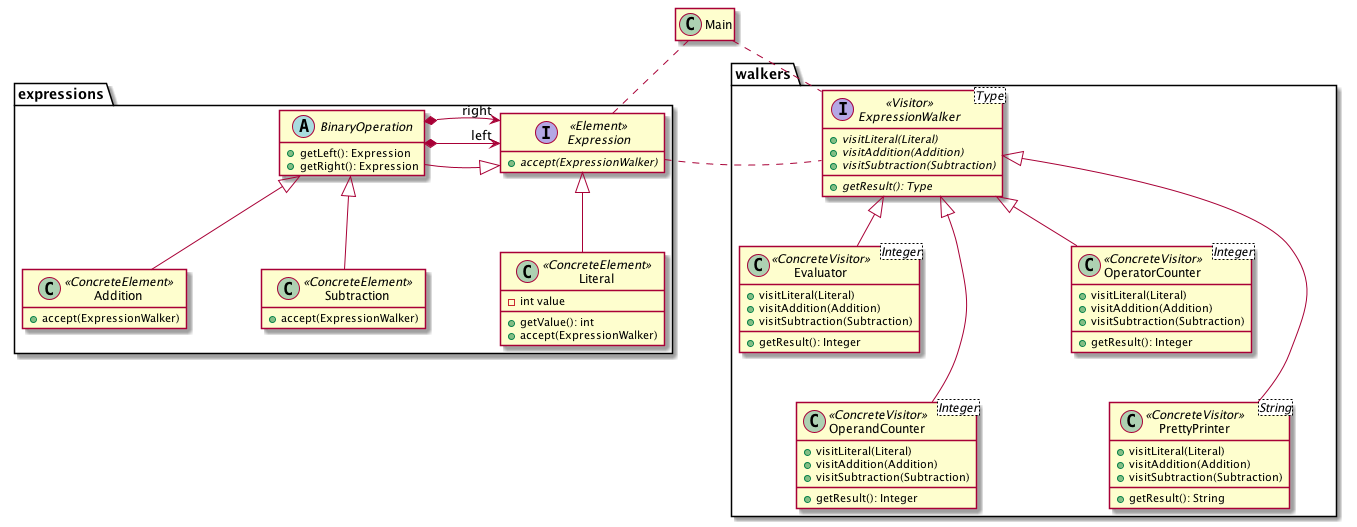
Before: comportement/visitor/uml/_example.png, a diagram exported from PlantUML (ace-lectures/pattern-repository).
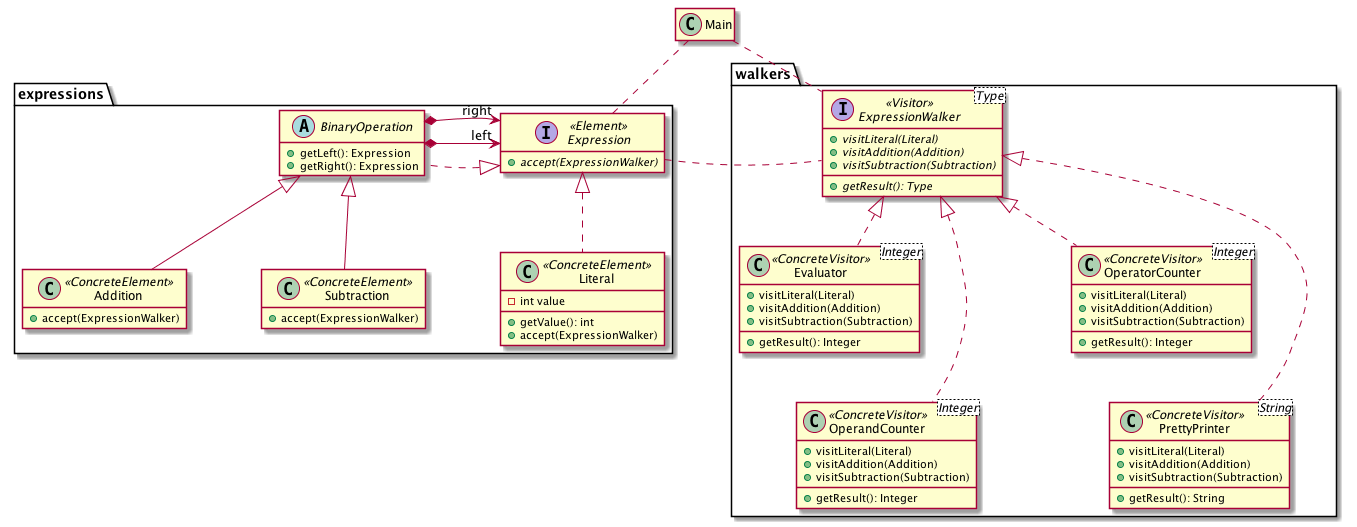
Above is the later version.

What changed in the source:
```diff
@@ -15,13 +15,13 @@
     + getValue(): int
     + accept(ExpressionWalker)
   }
-  Expression <|-- Literal
+  Expression <|.. Literal
 
   abstract class BinaryOperation {
     + getLeft(): Expression
     + getRight(): Expression
   }
-  Expression <|-- BinaryOperation
+  Expression <|.. BinaryOperation
   BinaryOperation *-> "left" Expression
   BinaryOperation *-> "right" Expression
 
@@ -52,7 +52,7 @@
     __
     + getResult(): Integer
   }
-  ExpressionWalker <|-- Evaluator
+  ExpressionWalker <|.. Evaluator
 
   class OperandCounter<Integer> <<ConcreteVisitor>> {
     + visitLiteral(Literal)
@@ -61,7 +61,7 @@
     __
     + getResult(): Integer
   }
-  ExpressionWalker <|-- OperandCounter
+  ExpressionWalker <|.. OperandCounter
 
   class OperatorCounter<Integer> <<ConcreteVisitor>> {
     + visitLiteral(Literal)
@@ -70,7 +70,7 @@
     __
     + getResult(): Integer
   }
-  ExpressionWalker <|-- OperatorCounter
+  ExpressionWalker <|.. OperatorCounter
 
   class PrettyPrinter<String> <<ConcreteVisitor>> {
     + visitLiteral(Literal)
@@ -79,7 +79,7 @@
     __
     + getResult(): String
   }
-  ExpressionWalker <|-- PrettyPrinter
+  ExpressionWalker <|.. PrettyPrinter
 
   Evaluator -[hidden]- OperandCounter
   OperatorCounter -[hidden]- PrettyPrinter
```
